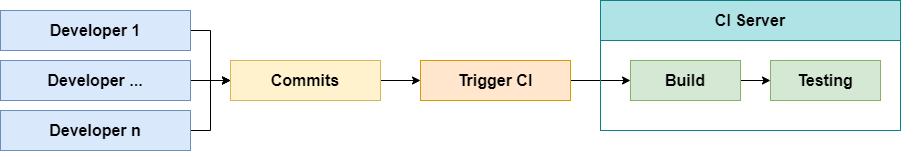
This is asset/DevOps-CI2.png from gungunfebrianza/Belajar-Dengan-Jenius-DevOps, a draw.io export, as it was before one commit. Source tidied: cells renumbered, new cells last; positions are measured from the earlier drawing's top-left corner, leaving out a move shared by most shapes.
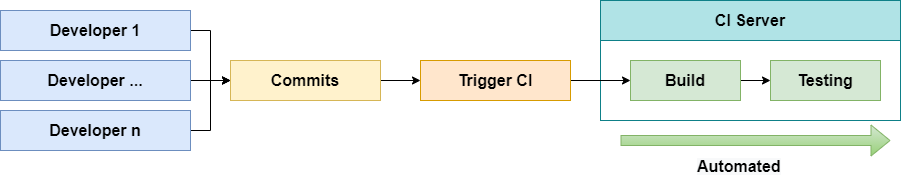
After the commit.

Change to the diagram source:
```diff
@@ -2,6 +2,9 @@
   <root>
     <mxCell id="0" />
     <mxCell id="1" parent="0" />
+    <mxCell id="16" value="&lt;font style=&quot;font-size: 16px&quot;&gt;&lt;b&gt;&lt;br&gt;&lt;/b&gt;&lt;/font&gt;" style="rounded=0;whiteSpace=wrap;html=1;strokeColor=#0e8088;fillColor=none;" parent="1" vertex="1">
+      <mxGeometry x="600" y="40" width="300" height="80" as="geometry" />
+    </mxCell>
     <mxCell id="2" style="edgeStyle=orthogonalEdgeStyle;rounded=0;jettySize=auto;html=1;exitX=1;exitY=0.5;exitDx=0;exitDy=0;entryX=0;entryY=0.5;entryDx=0;entryDy=0;" parent="1" edge="1" source="3" target="9">
       <mxGeometry relative="1" as="geometry" />
     </mxCell>
@@ -44,8 +47,14 @@
     <mxCell id="15" value="&lt;font style=&quot;font-size: 16px&quot;&gt;&lt;b&gt;CI Server&lt;br&gt;&lt;/b&gt;&lt;/font&gt;" style="rounded=0;whiteSpace=wrap;html=1;fillColor=#b0e3e6;strokeColor=#0e8088;" parent="1" vertex="1">
       <mxGeometry x="600" width="300" height="40" as="geometry" />
     </mxCell>
-    <mxCell id="16" value="&lt;font style=&quot;font-size: 16px&quot;&gt;&lt;b&gt;&lt;br&gt;&lt;/b&gt;&lt;/font&gt;" style="rounded=0;whiteSpace=wrap;html=1;strokeColor=#0e8088;fillColor=none;" parent="1" vertex="1">
-      <mxGeometry x="600" y="40" width="300" height="90" as="geometry" />
-    </mxCell>
+    <mxCell id="17" style="shape=flexArrow;endArrow=classic;html=1;strokeWidth=1;fillColor=#d5e8d4;strokeColor=#82b366;gradientColor=#97d077;" parent="1" edge="1">
+      <mxGeometry x="2303.4" y="784" as="geometry">
+        <mxPoint x="620" y="140" as="sourcePoint" />
+        <mxPoint x="890" y="140" as="targetPoint" />
+      </mxGeometry>
+    </mxCell>
+    <mxCell id="18" value="&lt;b style=&quot;color: rgb(0, 0, 0); font-family: helvetica; font-size: 16px; font-style: normal; letter-spacing: normal; text-align: center; text-indent: 0px; text-transform: none; word-spacing: 0px; background-color: rgb(248, 249, 250);&quot;&gt;Automated&lt;/b&gt;" style="text;whiteSpace=wrap;html=1;" parent="1" vertex="1">
+      <mxGeometry x="695" y="150" width="110" height="30" as="geometry" />
+    </mxCell>
   </root>
 </mxGraphModel>
```
